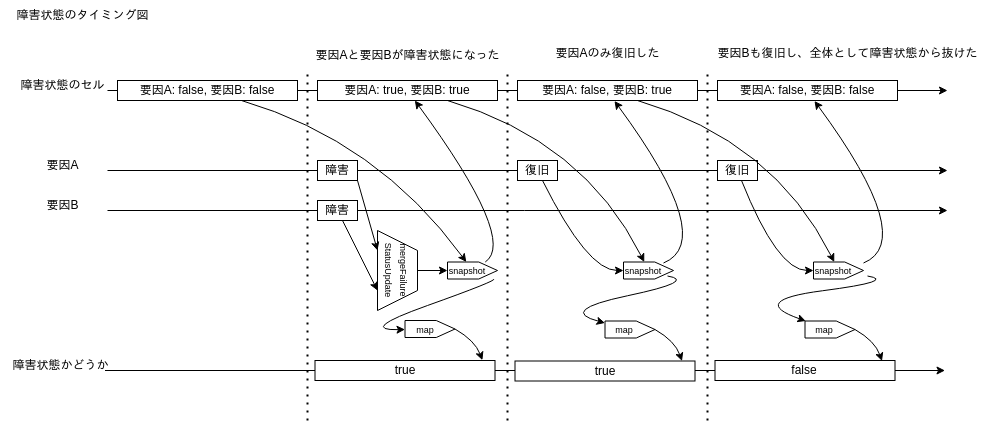
This is images/failure_status_timing.png from suzuki-taro-unofficial/frpot, a draw.io export, as it was before one commit. Source tidied: cells renumbered, new cells last; positions are measured from the earlier drawing's top-left corner, leaving out a move shared by most shapes.
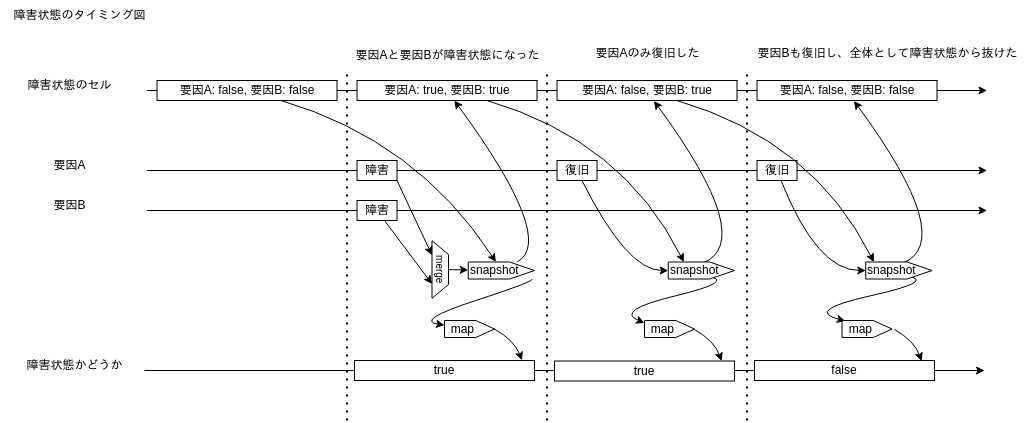
Later version of the same file.

Change to the diagram source:
```diff
@@ -9,7 +9,7 @@
       </mxGeometry>
     </mxCell>
     <mxCell id="3" value="障害状態のタイミング図" style="text;html=1;align=center;verticalAlign=middle;strokeColor=none;fillColor=none;" parent="1" vertex="1">
-      <mxGeometry x="3" width="160" height="30" as="geometry" />
+      <mxGeometry x="-39.5" width="160" height="30" as="geometry" />
     </mxCell>
     <mxCell id="4" style="endArrow=classic;html=1;rounded=0;" parent="1" edge="1">
       <mxGeometry relative="1" as="geometry">
@@ -18,18 +18,19 @@
       </mxGeometry>
     </mxCell>
     <mxCell id="5" value="要因A" style="text;html=1;align=center;verticalAlign=middle;strokeColor=none;fillColor=none;" parent="1" vertex="1">
-      <mxGeometry x="33" y="150" width="60" height="30" as="geometry" />
+      <mxGeometry x="0.5" y="150" width="60" height="30" as="geometry" />
     </mxCell>
     <mxCell id="6" value="要因B" style="text;html=1;align=center;verticalAlign=middle;strokeColor=none;fillColor=none;" parent="1" vertex="1">
-      <mxGeometry x="33" y="190" width="60" height="30" as="geometry" />
+      <mxGeometry x="0.5" y="190" width="60" height="30" as="geometry" />
     </mxCell>
-    <mxCell id="7" style="endArrow=classic;html=1;rounded=0;exitX=0.909;exitY=0.667;exitDx=0;exitDy=0;exitPerimeter=0;" parent="1" edge="1" source="8">
+    <mxCell id="7" style="endArrow=classic;html=1;rounded=0;exitX=0.909;exitY=0.667;exitDx=0;exitDy=0;exitPerimeter=0;" parent="1" edge="1">
       <mxGeometry relative="1" as="geometry">
+        <mxPoint x="108" y="90" as="sourcePoint" />
         <mxPoint x="948" y="90" as="targetPoint" />
       </mxGeometry>
     </mxCell>
     <mxCell id="8" value="障害状態のセル" style="text;html=1;align=center;verticalAlign=middle;points=[];strokeColor=none;fillColor=none;" parent="1" vertex="1">
-      <mxGeometry x="8" y="70" width="110" height="30" as="geometry" />
+      <mxGeometry x="-24.5" y="70" width="110" height="30" as="geometry" />
     </mxCell>
     <mxCell id="9" style="endArrow=none;dashed=1;html=1;dashPattern=1 3;strokeWidth=2;rounded=0;" parent="1" edge="1">
       <mxGeometry relative="1" as="geometry">
@@ -58,8 +59,8 @@
     <mxCell id="14" value="障害" style="rounded=0;whiteSpace=wrap;html=1;" parent="1" vertex="1">
       <mxGeometry x="318" y="200" width="40" height="20" as="geometry" />
     </mxCell>
-    <mxCell id="15" value="&lt;font style=&quot;font-size: 9px;&quot;&gt;mergeFailure&lt;br&gt;StatusUpdate&lt;/font&gt;" style="shape=trapezoid;perimeter=trapezoidPerimeter;whiteSpace=wrap;html=1;fixedSize=1;rotation=90;" parent="1" vertex="1">
-      <mxGeometry x="358" y="250" width="80" height="40" as="geometry" />
+    <mxCell id="15" value="&lt;font size=&quot;1&quot;&gt;merge&lt;/font&gt;" style="shape=trapezoid;perimeter=trapezoidPerimeter;whiteSpace=wrap;html=1;fixedSize=1;rotation=90;size=13.75;" parent="1" vertex="1">
+      <mxGeometry x="372.5" y="260.8" width="57.5" height="16.5" as="geometry" />
     </mxCell>
     <mxCell id="16" style="endArrow=classic;html=1;rounded=0;exitX=1;exitY=1;exitDx=0;exitDy=0;entryX=0.25;entryY=1;entryDx=0;entryDy=0;" parent="1" edge="1" source="13" target="15">
       <mxGeometry relative="1" as="geometry" />
@@ -82,8 +83,8 @@
     <mxCell id="22" value="復旧" style="rounded=0;whiteSpace=wrap;html=1;" parent="1" vertex="1">
       <mxGeometry x="718" y="160" width="40" height="20" as="geometry" />
     </mxCell>
-    <mxCell id="23" value="&lt;font style=&quot;font-size: 9px;&quot;&gt;snapshot&amp;nbsp; &amp;nbsp;&amp;nbsp;&lt;/font&gt;" style="shape=offPageConnector;whiteSpace=wrap;html=1;rotation=0;direction=north;flipV=1;" parent="1" vertex="1">
-      <mxGeometry x="448" y="261.5" width="50" height="17" as="geometry" />
+    <mxCell id="23" value="&lt;font style=&quot;font-size: 12px;&quot;&gt;snapshot&amp;nbsp; &amp;nbsp;&amp;nbsp;&lt;/font&gt;" style="shape=offPageConnector;whiteSpace=wrap;html=1;rotation=0;direction=north;flipV=1;" parent="1" vertex="1">
+      <mxGeometry x="429.2" y="261.5" width="66.2" height="17" as="geometry" />
     </mxCell>
     <mxCell id="24" style="endArrow=classic;html=1;rounded=0;" parent="1" edge="1" source="15" target="23">
       <mxGeometry relative="1" as="geometry" />
@@ -109,38 +110,34 @@
       </mxGeometry>
     </mxCell>
     <mxCell id="28" value="障害状態かどうか" style="text;html=1;align=center;verticalAlign=middle;strokeColor=none;fillColor=none;" parent="1" vertex="1">
-      <mxGeometry x="0.5" y="350" width="120" height="30" as="geometry" />
+      <mxGeometry x="-24.5" y="350" width="120" height="30" as="geometry" />
     </mxCell>
-    <mxCell id="29" value="&lt;font style=&quot;font-size: 9px;&quot;&gt;snapshot&amp;nbsp; &amp;nbsp;&amp;nbsp;&lt;/font&gt;" style="shape=offPageConnector;whiteSpace=wrap;html=1;rotation=0;direction=north;flipV=1;" parent="1" vertex="1">
-      <mxGeometry x="624" y="261.5" width="50" height="17" as="geometry" />
-    </mxCell>
-    <mxCell id="30" style="endArrow=classic;html=1;rounded=0;curved=1;" parent="1" edge="1" target="29">
+    <mxCell id="30" style="endArrow=classic;html=1;rounded=0;curved=1;" parent="1" edge="1">
       <mxGeometry relative="1" as="geometry">
         <mxPoint x="448" y="100" as="sourcePoint" />
+        <mxPoint x="644.8" y="261.5" as="targetPoint" />
         <Array as="points">
           <mxPoint x="584" y="140" />
         </Array>
       </mxGeometry>
     </mxCell>
-    <mxCell id="31" style="endArrow=classic;html=1;rounded=0;curved=1;" parent="1" edge="1" source="21" target="29">
+    <mxCell id="31" style="endArrow=classic;html=1;rounded=0;curved=1;" parent="1" edge="1" source="21" target="52">
       <mxGeometry relative="1" as="geometry">
         <Array as="points">
           <mxPoint x="588" y="270" />
         </Array>
       </mxGeometry>
     </mxCell>
-    <mxCell id="32" value="&lt;font style=&quot;font-size: 9px;&quot;&gt;snapshot&amp;nbsp; &amp;nbsp;&amp;nbsp;&lt;/font&gt;" style="shape=offPageConnector;whiteSpace=wrap;html=1;rotation=0;direction=north;flipV=1;" parent="1" vertex="1">
-      <mxGeometry x="814" y="261.5" width="50" height="17" as="geometry" />
-    </mxCell>
-    <mxCell id="33" style="endArrow=classic;html=1;rounded=0;curved=1;" parent="1" edge="1" target="32">
+    <mxCell id="33" style="endArrow=classic;html=1;rounded=0;curved=1;" parent="1" edge="1">
       <mxGeometry relative="1" as="geometry">
         <mxPoint x="638" y="100" as="sourcePoint" />
+        <mxPoint x="834.8" y="261.5" as="targetPoint" />
         <Array as="points">
           <mxPoint x="774" y="140" />
         </Array>
       </mxGeometry>
     </mxCell>
-    <mxCell id="34" style="endArrow=classic;html=1;rounded=0;curved=1;" parent="1" edge="1" source="22" target="32">
+    <mxCell id="34" style="endArrow=classic;html=1;rounded=0;curved=1;" parent="1" edge="1" source="22" target="54">
       <mxGeometry relative="1" as="geometry">
         <Array as="points">
           <mxPoint x="778" y="270" />
@@ -156,14 +153,14 @@
     <mxCell id="37" value="false" style="rounded=0;whiteSpace=wrap;html=1;" parent="1" vertex="1">
       <mxGeometry x="715.5" y="360" width="180" height="20" as="geometry" />
     </mxCell>
-    <mxCell id="38" value="&lt;font style=&quot;font-size: 9px;&quot;&gt;map&amp;nbsp; &amp;nbsp;&amp;nbsp;&lt;/font&gt;" style="shape=offPageConnector;whiteSpace=wrap;html=1;rotation=0;direction=north;flipV=1;" parent="1" vertex="1">
+    <mxCell id="38" value="&lt;font style=&quot;font-size: 12px;&quot;&gt;map&amp;nbsp; &amp;nbsp;&amp;nbsp;&lt;/font&gt;" style="shape=offPageConnector;whiteSpace=wrap;html=1;rotation=0;direction=north;flipV=1;" parent="1" vertex="1">
       <mxGeometry x="405.5" y="320" width="50" height="17" as="geometry" />
     </mxCell>
     <mxCell id="39" style="endArrow=classic;html=1;rounded=0;curved=1;" parent="1" edge="1" source="23" target="38">
       <mxGeometry relative="1" as="geometry">
         <Array as="points">
           <mxPoint x="498" y="280" />
-          <mxPoint x="358" y="330" />
+          <mxPoint x="375.5" y="320" />
         </Array>
       </mxGeometry>
     </mxCell>
@@ -183,20 +180,19 @@
         </Array>
       </mxGeometry>
     </mxCell>
-    <mxCell id="42" value="&lt;font style=&quot;font-size: 9px;&quot;&gt;map&amp;nbsp; &amp;nbsp;&amp;nbsp;&lt;/font&gt;" style="shape=offPageConnector;whiteSpace=wrap;html=1;rotation=0;direction=north;flipV=1;" parent="1" vertex="1">
-      <mxGeometry x="605.5" y="320.5" width="50" height="17" as="geometry" />
-    </mxCell>
-    <mxCell id="43" style="endArrow=classic;html=1;rounded=0;curved=1;" parent="1" edge="1" target="42">
+    <mxCell id="43" style="endArrow=classic;html=1;rounded=0;curved=1;" parent="1" edge="1">
       <mxGeometry relative="1" as="geometry">
         <mxPoint x="668" y="275.5" as="sourcePoint" />
+        <mxPoint x="605.5" y="322.4" as="targetPoint" />
         <Array as="points">
           <mxPoint x="698" y="280.5" />
-          <mxPoint x="558" y="310" />
+          <mxPoint x="575.5" y="310" />
         </Array>
       </mxGeometry>
     </mxCell>
-    <mxCell id="44" style="endArrow=classic;html=1;rounded=0;curved=1;entryX=0.93;entryY=-0.014;entryDx=0;entryDy=0;entryPerimeter=0;exitX=0.5;exitY=1;exitDx=0;exitDy=0;" parent="1" edge="1" source="42">
+    <mxCell id="44" style="endArrow=classic;html=1;rounded=0;curved=1;entryX=0.93;entryY=-0.014;entryDx=0;entryDy=0;entryPerimeter=0;exitX=0.5;exitY=1;exitDx=0;exitDy=0;" parent="1" edge="1">
       <mxGeometry relative="1" as="geometry">
+        <mxPoint x="655.5" y="329" as="sourcePoint" />
         <mxPoint x="682.5" y="360.5" as="targetPoint" />
         <Array as="points">
           <mxPoint x="675.5" y="340.5" />
@@ -212,20 +208,19 @@
         </Array>
       </mxGeometry>
     </mxCell>
-    <mxCell id="46" value="&lt;font style=&quot;font-size: 9px;&quot;&gt;map&amp;nbsp; &amp;nbsp;&amp;nbsp;&lt;/font&gt;" style="shape=offPageConnector;whiteSpace=wrap;html=1;rotation=0;direction=north;flipV=1;" parent="1" vertex="1">
-      <mxGeometry x="805.5" y="320.5" width="50" height="17" as="geometry" />
-    </mxCell>
-    <mxCell id="47" style="endArrow=classic;html=1;rounded=0;curved=1;" parent="1" edge="1" target="46">
+    <mxCell id="47" style="endArrow=classic;html=1;rounded=0;curved=1;" parent="1" edge="1">
       <mxGeometry relative="1" as="geometry">
         <mxPoint x="868" y="275.5" as="sourcePoint" />
+        <mxPoint x="806.3" y="320.5" as="targetPoint" />
         <Array as="points">
           <mxPoint x="898" y="280.5" />
-          <mxPoint x="748" y="300" />
+          <mxPoint x="765.5" y="310" />
         </Array>
       </mxGeometry>
     </mxCell>
-    <mxCell id="48" style="endArrow=classic;html=1;rounded=0;curved=1;entryX=0.93;entryY=-0.014;entryDx=0;entryDy=0;entryPerimeter=0;exitX=0.5;exitY=1;exitDx=0;exitDy=0;" parent="1" edge="1" source="46">
+    <mxCell id="48" style="endArrow=classic;html=1;rounded=0;curved=1;entryX=0.93;entryY=-0.014;entryDx=0;entryDy=0;entryPerimeter=0;exitX=0.5;exitY=1;exitDx=0;exitDy=0;" parent="1" edge="1">
       <mxGeometry relative="1" as="geometry">
+        <mxPoint x="855.5" y="329" as="sourcePoint" />
         <mxPoint x="882.5" y="360.5" as="targetPoint" />
         <Array as="points">
           <mxPoint x="875.5" y="340.5" />
@@ -241,5 +236,17 @@
     <mxCell id="51" value="要因Bも復旧し、全体として障害状態から抜けた" style="text;html=1;align=center;verticalAlign=middle;strokeColor=none;fillColor=none;" parent="1" vertex="1">
       <mxGeometry x="708" y="38" width="280" height="30" as="geometry" />
     </mxCell>
+    <mxCell id="52" value="&lt;font style=&quot;font-size: 12px;&quot;&gt;snapshot&amp;nbsp; &amp;nbsp;&amp;nbsp;&lt;/font&gt;" style="shape=offPageConnector;whiteSpace=wrap;html=1;rotation=0;direction=north;flipV=1;" parent="1" vertex="1">
+      <mxGeometry x="629.2" y="261.5" width="66.2" height="17" as="geometry" />
+    </mxCell>
+    <mxCell id="53" value="&lt;font style=&quot;font-size: 12px;&quot;&gt;map&amp;nbsp; &amp;nbsp;&amp;nbsp;&lt;/font&gt;" style="shape=offPageConnector;whiteSpace=wrap;html=1;rotation=0;direction=north;flipV=1;" parent="1" vertex="1">
+      <mxGeometry x="605.5" y="320" width="50" height="17" as="geometry" />
+    </mxCell>
+    <mxCell id="54" value="&lt;font style=&quot;font-size: 12px;&quot;&gt;snapshot&amp;nbsp; &amp;nbsp;&amp;nbsp;&lt;/font&gt;" style="shape=offPageConnector;whiteSpace=wrap;html=1;rotation=0;direction=north;flipV=1;" parent="1" vertex="1">
+      <mxGeometry x="826.8" y="261.5" width="66.2" height="17" as="geometry" />
+    </mxCell>
+    <mxCell id="55" value="&lt;font style=&quot;font-size: 12px;&quot;&gt;map&amp;nbsp; &amp;nbsp;&amp;nbsp;&lt;/font&gt;" style="shape=offPageConnector;whiteSpace=wrap;html=1;rotation=0;direction=north;flipV=1;" parent="1" vertex="1">
+      <mxGeometry x="803" y="320" width="50" height="17" as="geometry" />
+    </mxCell>
   </root>
 </mxGraphModel>
```
